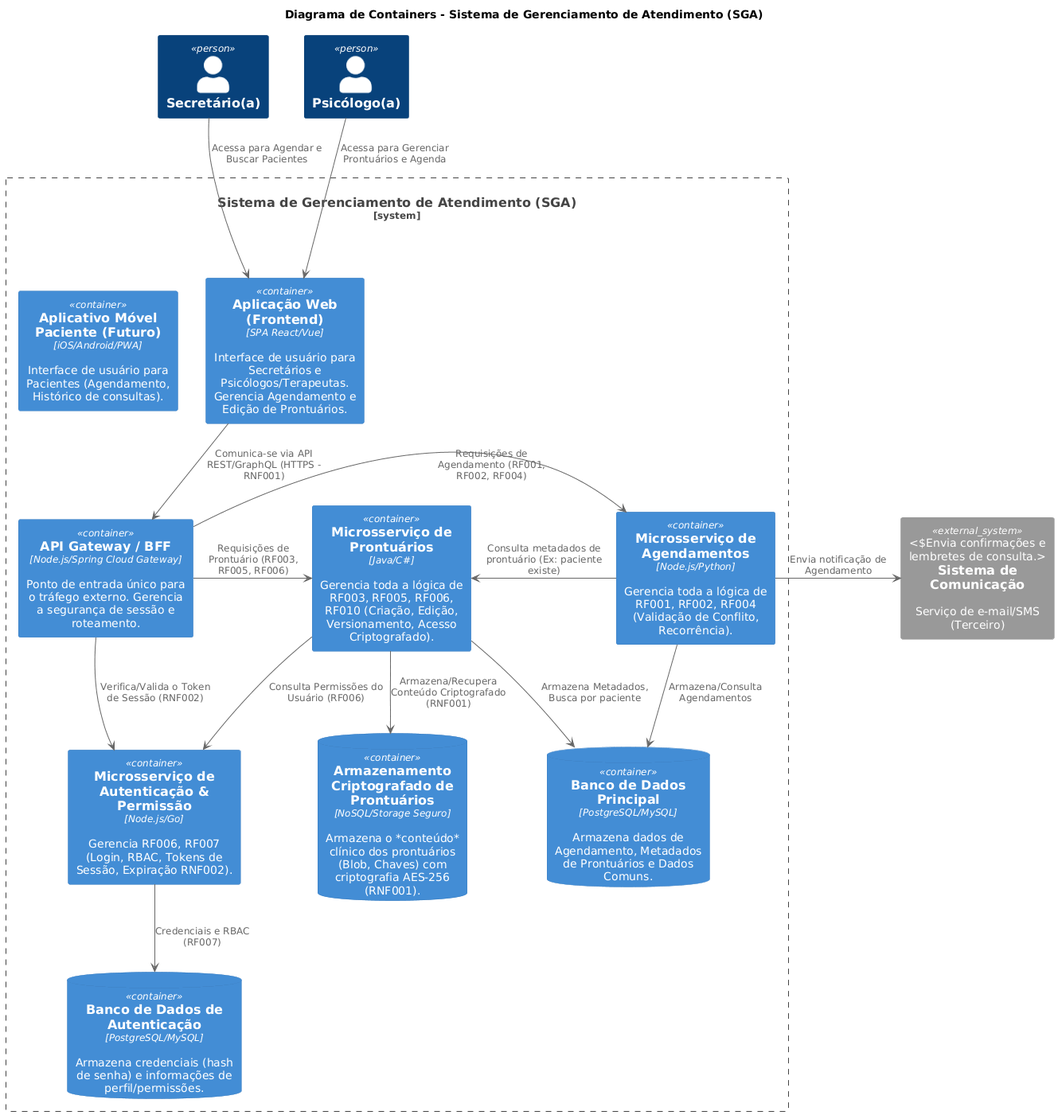
The PlantUML diagram artefatos_projeto_software/imagens/Container_Diagram.png in CostaDiego/projeto-design-software, before a commit.
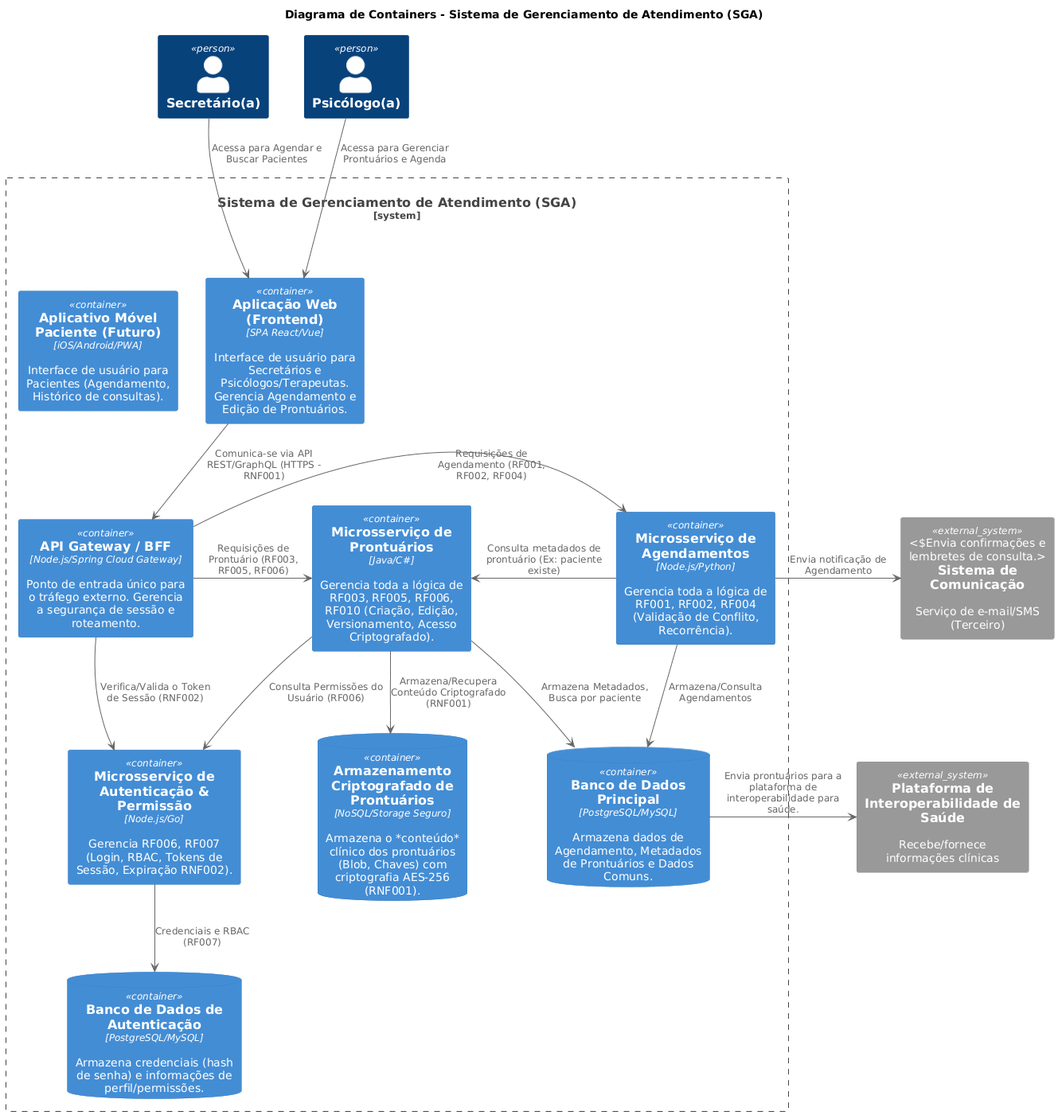
After the change.

Commit message:
Atualiza as imagens geradas a partir dos diagramas puml

What changed in the source:
```diff
@@ -23,6 +23,7 @@
 Person(Psychologist, "Psicólogo(a)")
 
 System_Ext(EmailSMS, "Sistema de Comunicação", "Serviço de e-mail/SMS (Terceiro)", "Envia confirmações e lembretes de consulta.")
+System_Ext(sesgo, "Plataforma de Interoperabilidade de Saúde", "Recebe/fornece informações clínicas")
 
 
 Secretary --> WebApp : Acessa para Agendar e Buscar Pacientes
@@ -45,4 +46,5 @@
 AuthSvc --> AuthDB : Credenciais e RBAC (RF007)
 
 AppointmentsSvc -> EmailSMS : Envia notificação de Agendamento
+MainDB -> sesgo :Envia prontuários para a plataforma de interoperabilidade para saúde.
 @enduml
```
